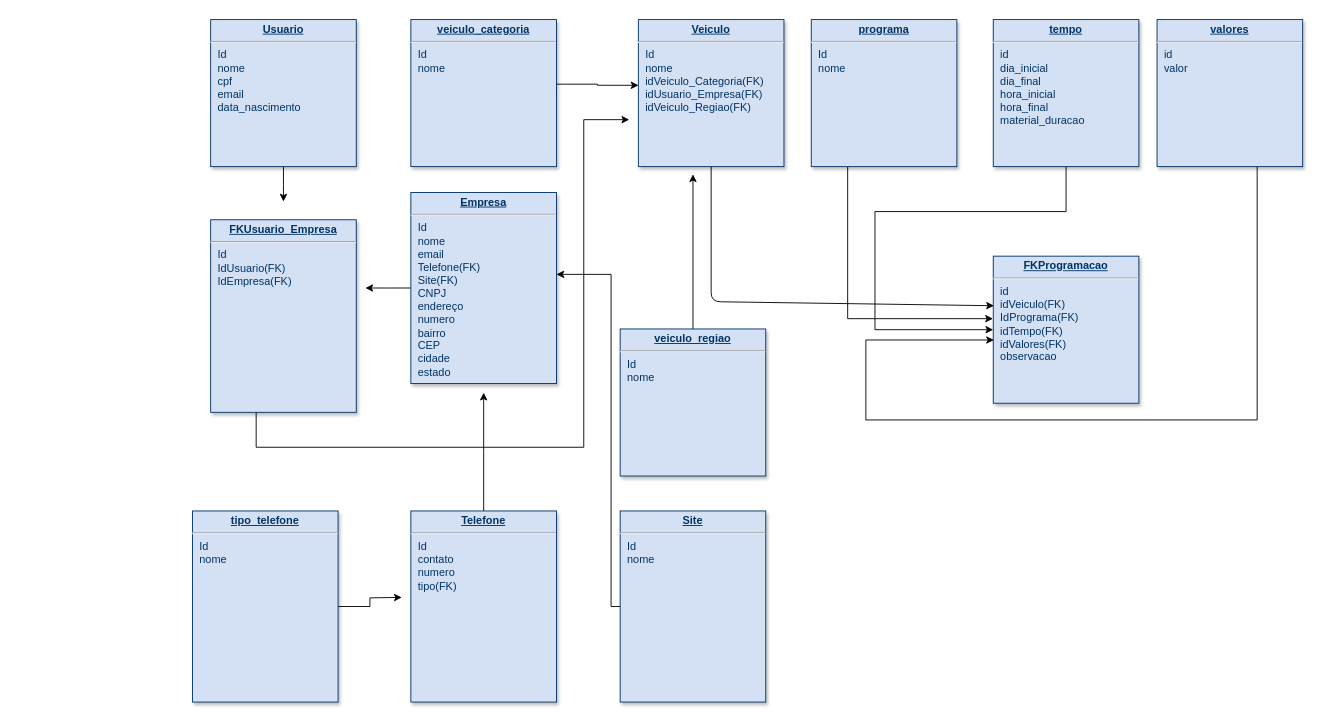
diogo-guimaraes/teste_git keeps this draw.io diagram as Untitled Diagram (2) (1).drawio. Above is the earlier version. Source tidied: cells renumbered, new cells numbered last; positions are measured from the earlier drawing's top-left corner, leaving out a move shared by most shapes. Both pictures are drawn from the tidied source at 91%, with x=0, y=0 at pixel (192, 19).
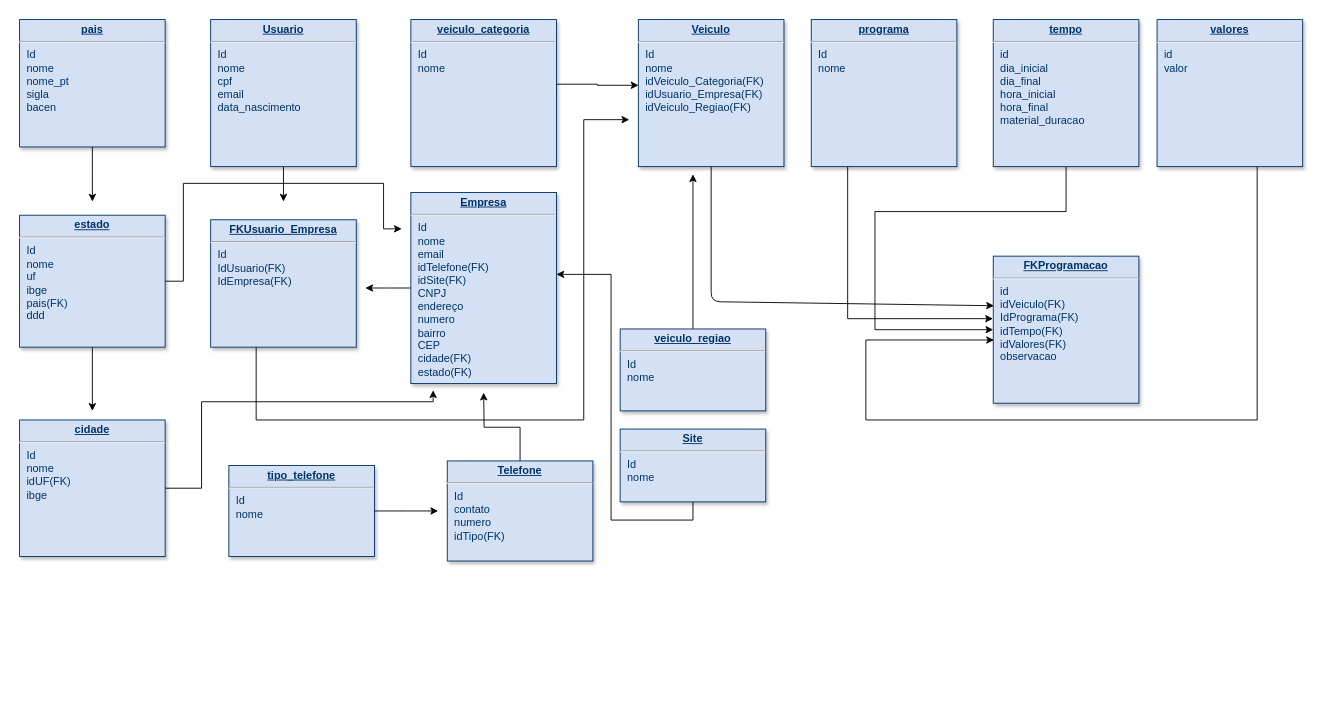
The same page after the edit.

The edit, as a diff of the source:
```diff
@@
     <mxCell id="15" value="&lt;p style=&quot;margin: 0px ; margin-top: 4px ; text-align: center ; text-decoration: underline&quot;&gt;&lt;b&gt;veiculo_regiao&lt;/b&gt;&lt;/p&gt;&lt;hr&gt;&lt;p style=&quot;margin: 0px ; margin-left: 8px&quot;&gt;Id&lt;/p&gt;&lt;p style=&quot;margin: 0px ; margin-left: 8px&quot;&gt;nome&lt;/p&gt;" style="verticalAlign=top;align=left;overflow=fill;fontSize=12;fontFamily=Helvetica;html=1;strokeColor=#003366;shadow=1;fillColor=#D4E1F5;fontColor=#003366;" parent="1" vertex="1">
-      <mxGeometry x="470" y="340" width="160" height="161.6" as="geometry" />
+      <mxGeometry x="470" y="340" width="160" height="90" as="geometry" />
     </mxCell>
@@
-    <mxCell id="17" value="&lt;p style=&quot;margin: 0px ; margin-top: 4px ; text-align: center ; text-decoration: underline&quot;&gt;&lt;b&gt;Empresa&lt;/b&gt;&lt;/p&gt;&lt;hr&gt;&lt;p style=&quot;margin: 0px ; margin-left: 8px&quot;&gt;Id&lt;/p&gt;&lt;p style=&quot;margin: 0px ; margin-left: 8px&quot;&gt;nome&lt;/p&gt;&lt;p style=&quot;margin: 0px ; margin-left: 8px&quot;&gt;email&lt;/p&gt;&lt;p style=&quot;margin: 0px ; margin-left: 8px&quot;&gt;&lt;span&gt;Telefone(FK)&lt;/span&gt;&lt;/p&gt;&lt;p style=&quot;margin: 0px ; margin-left: 8px&quot;&gt;&lt;span&gt;Site(FK)&lt;/span&gt;&lt;/p&gt;&lt;p style=&quot;margin: 0px ; margin-left: 8px&quot;&gt;&lt;span&gt;CNPJ&lt;/span&gt;&lt;br&gt;&lt;/p&gt;&lt;p style=&quot;margin: 0px ; margin-left: 8px&quot;&gt;endereço&lt;/p&gt;&lt;p style=&quot;margin: 0px ; margin-left: 8px&quot;&gt;numero&lt;/p&gt;&lt;p style=&quot;margin: 0px ; margin-left: 8px&quot;&gt;bairro&lt;/p&gt;&lt;p style=&quot;margin: 0px ; margin-left: 8px&quot;&gt;&lt;span&gt;CEP&lt;/span&gt;&lt;br&gt;&lt;/p&gt;&lt;p style=&quot;margin: 0px ; margin-left: 8px&quot;&gt;&lt;span&gt;cidade&lt;/span&gt;&lt;/p&gt;&lt;p style=&quot;margin: 0px ; margin-left: 8px&quot;&gt;&lt;span&gt;estado&lt;/span&gt;&lt;/p&gt;&lt;p style=&quot;margin: 0px ; margin-left: 8px&quot;&gt;&lt;br&gt;&lt;/p&gt;&lt;p style=&quot;margin: 0px ; margin-left: 8px&quot;&gt;&lt;br&gt;&lt;/p&gt;" style="verticalAlign=top;align=left;overflow=fill;fontSize=12;fontFamily=Helvetica;html=1;strokeColor=#003366;shadow=1;fillColor=#D4E1F5;fontColor=#003366;" parent="1" vertex="1">
+    <mxCell id="17" value="&lt;p style=&quot;margin: 0px ; margin-top: 4px ; text-align: center ; text-decoration: underline&quot;&gt;&lt;b&gt;Empresa&lt;/b&gt;&lt;/p&gt;&lt;hr&gt;&lt;p style=&quot;margin: 0px ; margin-left: 8px&quot;&gt;Id&lt;/p&gt;&lt;p style=&quot;margin: 0px ; margin-left: 8px&quot;&gt;nome&lt;/p&gt;&lt;p style=&quot;margin: 0px ; margin-left: 8px&quot;&gt;email&lt;/p&gt;&lt;p style=&quot;margin: 0px ; margin-left: 8px&quot;&gt;&lt;span&gt;idTelefone(FK)&lt;/span&gt;&lt;/p&gt;&lt;p style=&quot;margin: 0px ; margin-left: 8px&quot;&gt;&lt;span&gt;idSite(FK)&lt;/span&gt;&lt;/p&gt;&lt;p style=&quot;margin: 0px ; margin-left: 8px&quot;&gt;&lt;span&gt;CNPJ&lt;/span&gt;&lt;br&gt;&lt;/p&gt;&lt;p style=&quot;margin: 0px ; margin-left: 8px&quot;&gt;endereço&lt;/p&gt;&lt;p style=&quot;margin: 0px ; margin-left: 8px&quot;&gt;numero&lt;/p&gt;&lt;p style=&quot;margin: 0px ; margin-left: 8px&quot;&gt;bairro&lt;/p&gt;&lt;p style=&quot;margin: 0px ; margin-left: 8px&quot;&gt;&lt;span&gt;CEP&lt;/span&gt;&lt;br&gt;&lt;/p&gt;&lt;p style=&quot;margin: 0px ; margin-left: 8px&quot;&gt;cidade(FK)&lt;/p&gt;&lt;p style=&quot;margin: 0px ; margin-left: 8px&quot;&gt;&lt;span&gt;estado(FK)&lt;/span&gt;&lt;/p&gt;&lt;p style=&quot;margin: 0px ; margin-left: 8px&quot;&gt;&lt;br&gt;&lt;/p&gt;&lt;p style=&quot;margin: 0px ; margin-left: 8px&quot;&gt;&lt;br&gt;&lt;/p&gt;" style="verticalAlign=top;align=left;overflow=fill;fontSize=12;fontFamily=Helvetica;html=1;strokeColor=#003366;shadow=1;fillColor=#D4E1F5;fontColor=#003366;" parent="1" vertex="1">
       <mxGeometry x="240" y="190" width="160" height="210" as="geometry" />
     </mxCell>
@@
     <mxCell id="20" style="edgeStyle=orthogonalEdgeStyle;rounded=0;jettySize=auto;html=1;" parent="1" edge="1" source="21">
       <mxGeometry relative="1" as="geometry">
         <mxPoint x="480" y="110" as="targetPoint" />
         <Array as="points">
-          <mxPoint x="70" y="470" />
-          <mxPoint x="430" y="470" />
+          <mxPoint x="70" y="440" />
+          <mxPoint x="430" y="440" />
           <mxPoint x="430" y="110" />
         </Array>
       </mxGeometry>
     </mxCell>
     <mxCell id="21" value="&lt;p style=&quot;margin: 0px ; margin-top: 4px ; text-align: center ; text-decoration: underline&quot;&gt;&lt;b&gt;FKUsuario_Empresa&lt;/b&gt;&lt;/p&gt;&lt;hr&gt;&lt;p style=&quot;margin: 0px ; margin-left: 8px&quot;&gt;Id&lt;/p&gt;&lt;p style=&quot;margin: 0px ; margin-left: 8px&quot;&gt;IdUsuario(FK)&lt;/p&gt;&lt;p style=&quot;margin: 0px ; margin-left: 8px&quot;&gt;IdEmpresa(FK)&lt;/p&gt;&lt;p style=&quot;margin: 0px ; margin-left: 8px&quot;&gt;&lt;br&gt;&lt;/p&gt;" style="verticalAlign=top;align=left;overflow=fill;fontSize=12;fontFamily=Helvetica;html=1;strokeColor=#003366;shadow=1;fillColor=#D4E1F5;fontColor=#003366;" parent="1" vertex="1">
-      <mxGeometry x="20" y="220" width="160" height="211.6" as="geometry" />
+      <mxGeometry x="20" y="220" width="160" height="140" as="geometry" />
     </mxCell>
@@
-    <mxCell id="23" value="&lt;p style=&quot;margin: 0px ; margin-top: 4px ; text-align: center ; text-decoration: underline&quot;&gt;&lt;b&gt;Telefone&lt;/b&gt;&lt;/p&gt;&lt;hr&gt;&lt;p style=&quot;margin: 0px ; margin-left: 8px&quot;&gt;Id&lt;/p&gt;&lt;p style=&quot;margin: 0px ; margin-left: 8px&quot;&gt;contato&lt;/p&gt;&lt;p style=&quot;margin: 0px ; margin-left: 8px&quot;&gt;numero&lt;/p&gt;&lt;p style=&quot;margin: 0px ; margin-left: 8px&quot;&gt;tipo(FK)&lt;/p&gt;" style="verticalAlign=top;align=left;overflow=fill;fontSize=12;fontFamily=Helvetica;html=1;strokeColor=#003366;shadow=1;fillColor=#D4E1F5;fontColor=#003366;" parent="1" vertex="1">
-      <mxGeometry x="240" y="540" width="160" height="210" as="geometry" />
+    <mxCell id="23" value="&lt;p style=&quot;margin: 0px ; margin-top: 4px ; text-align: center ; text-decoration: underline&quot;&gt;&lt;b&gt;Telefone&lt;/b&gt;&lt;/p&gt;&lt;hr&gt;&lt;p style=&quot;margin: 0px ; margin-left: 8px&quot;&gt;Id&lt;/p&gt;&lt;p style=&quot;margin: 0px ; margin-left: 8px&quot;&gt;contato&lt;/p&gt;&lt;p style=&quot;margin: 0px ; margin-left: 8px&quot;&gt;numero&lt;/p&gt;&lt;p style=&quot;margin: 0px ; margin-left: 8px&quot;&gt;idTipo(FK)&lt;/p&gt;" style="verticalAlign=top;align=left;overflow=fill;fontSize=12;fontFamily=Helvetica;html=1;strokeColor=#003366;shadow=1;fillColor=#D4E1F5;fontColor=#003366;" parent="1" vertex="1">
+      <mxGeometry x="280" y="485" width="160" height="110" as="geometry" />
     </mxCell>
     <mxCell id="24" style="edgeStyle=orthogonalEdgeStyle;rounded=0;jettySize=auto;html=1;" parent="1" edge="1" source="25" target="17">
       <mxGeometry relative="1" as="geometry">
         <Array as="points">
-          <mxPoint x="460" y="645" />
+          <mxPoint x="550" y="550" />
+          <mxPoint x="460" y="550" />
           <mxPoint x="460" y="280" />
         </Array>
       </mxGeometry>
     </mxCell>
     <mxCell id="25" value="&lt;p style=&quot;margin: 0px ; margin-top: 4px ; text-align: center ; text-decoration: underline&quot;&gt;&lt;b&gt;Site&lt;/b&gt;&lt;/p&gt;&lt;hr&gt;&lt;p style=&quot;margin: 0px ; margin-left: 8px&quot;&gt;Id&lt;/p&gt;&lt;p style=&quot;margin: 0px ; margin-left: 8px&quot;&gt;nome&lt;/p&gt;" style="verticalAlign=top;align=left;overflow=fill;fontSize=12;fontFamily=Helvetica;html=1;strokeColor=#003366;shadow=1;fillColor=#D4E1F5;fontColor=#003366;" parent="1" vertex="1">
-      <mxGeometry x="470" y="540" width="160" height="210" as="geometry" />
+      <mxGeometry x="470" y="450" width="160" height="80" as="geometry" />
     </mxCell>
-    <mxCell id="26" style="edgeStyle=orthogonalEdgeStyle;rounded=0;jettySize=auto;html=1;" parent="1" edge="1" source="27">
-      <mxGeometry relative="1" as="geometry">
-        <mxPoint x="230" y="635" as="targetPoint" />
-      </mxGeometry>
-    </mxCell>
+    <mxCell id="28" style="edgeStyle=orthogonalEdgeStyle;rounded=0;jettySize=auto;html=1;" parent="1" edge="1" source="27">
+      <mxGeometry relative="1" as="geometry">
+        <mxPoint x="270" y="540" as="targetPoint" />
+      </mxGeometry>
+    </mxCell>
     <mxCell id="27" value="&lt;p style=&quot;margin: 0px ; margin-top: 4px ; text-align: center ; text-decoration: underline&quot;&gt;&lt;b&gt;tipo_telefone&lt;/b&gt;&lt;/p&gt;&lt;hr&gt;&lt;p style=&quot;margin: 0px ; margin-left: 8px&quot;&gt;Id&lt;/p&gt;&lt;p style=&quot;margin: 0px ; margin-left: 8px&quot;&gt;nome&lt;/p&gt;" style="verticalAlign=top;align=left;overflow=fill;fontSize=12;fontFamily=Helvetica;html=1;strokeColor=#003366;shadow=1;fillColor=#D4E1F5;fontColor=#003366;" parent="1" vertex="1">
-      <mxGeometry y="540" width="160" height="210" as="geometry" />
+      <mxGeometry x="40" y="490" width="160" height="100" as="geometry" />
     </mxCell>
+    <mxCell id="29" style="edgeStyle=orthogonalEdgeStyle;rounded=0;jettySize=auto;html=1;" parent="1" edge="1" source="31">
+      <mxGeometry relative="1" as="geometry">
+        <mxPoint x="-110" y="430" as="targetPoint" />
+      </mxGeometry>
+    </mxCell>
+    <mxCell id="30" style="edgeStyle=orthogonalEdgeStyle;rounded=0;jettySize=auto;html=1;" parent="1" edge="1" source="31">
+      <mxGeometry relative="1" as="geometry">
+        <mxPoint x="230" y="230" as="targetPoint" />
+        <Array as="points">
+          <mxPoint x="-10" y="288" />
+          <mxPoint x="-10" y="180" />
+          <mxPoint x="210" y="180" />
+          <mxPoint x="210" y="230" />
+        </Array>
+      </mxGeometry>
+    </mxCell>
+    <mxCell id="31" value="&lt;p style=&quot;margin: 0px ; margin-top: 4px ; text-align: center ; text-decoration: underline&quot;&gt;&lt;b&gt;estado&lt;/b&gt;&lt;/p&gt;&lt;hr&gt;&lt;p style=&quot;margin: 0px ; margin-left: 8px&quot;&gt;Id&lt;/p&gt;&lt;p style=&quot;margin: 0px ; margin-left: 8px&quot;&gt;nome&lt;/p&gt;&lt;p style=&quot;margin: 0px ; margin-left: 8px&quot;&gt;uf&lt;/p&gt;&lt;p style=&quot;margin: 0px ; margin-left: 8px&quot;&gt;ibge&lt;/p&gt;&lt;p style=&quot;margin: 0px ; margin-left: 8px&quot;&gt;pais(FK)&lt;/p&gt;&lt;p style=&quot;margin: 0px ; margin-left: 8px&quot;&gt;ddd&lt;/p&gt;" style="verticalAlign=top;align=left;overflow=fill;fontSize=12;fontFamily=Helvetica;html=1;strokeColor=#003366;shadow=1;fillColor=#D4E1F5;fontColor=#003366;" parent="1" vertex="1">
+      <mxGeometry x="-190" y="215" width="160" height="145" as="geometry" />
+    </mxCell>
+    <mxCell id="32" style="edgeStyle=orthogonalEdgeStyle;rounded=0;jettySize=auto;html=1;entryX=0.153;entryY=1.035;entryDx=0;entryDy=0;entryPerimeter=0;" parent="1" edge="1" source="33" target="17">
+      <mxGeometry relative="1" as="geometry">
+        <Array as="points">
+          <mxPoint x="10" y="515" />
+          <mxPoint x="10" y="420" />
+          <mxPoint x="265" y="420" />
+        </Array>
+      </mxGeometry>
+    </mxCell>
+    <mxCell id="33" value="&lt;p style=&quot;margin: 0px ; margin-top: 4px ; text-align: center ; text-decoration: underline&quot;&gt;&lt;b&gt;cidade&lt;/b&gt;&lt;/p&gt;&lt;hr&gt;&lt;p style=&quot;margin: 0px ; margin-left: 8px&quot;&gt;Id&lt;/p&gt;&lt;p style=&quot;margin: 0px ; margin-left: 8px&quot;&gt;nome&lt;/p&gt;&lt;p style=&quot;margin: 0px ; margin-left: 8px&quot;&gt;idUF(FK)&lt;/p&gt;&lt;p style=&quot;margin: 0px ; margin-left: 8px&quot;&gt;ibge&lt;/p&gt;&lt;p style=&quot;margin: 0px ; margin-left: 8px&quot;&gt;&lt;br&gt;&lt;/p&gt;" style="verticalAlign=top;align=left;overflow=fill;fontSize=12;fontFamily=Helvetica;html=1;strokeColor=#003366;shadow=1;fillColor=#D4E1F5;fontColor=#003366;" parent="1" vertex="1">
+      <mxGeometry x="-190" y="440" width="160" height="150" as="geometry" />
+    </mxCell>
+    <mxCell id="34" style="edgeStyle=orthogonalEdgeStyle;rounded=0;jettySize=auto;html=1;" parent="1" edge="1" source="35">
+      <mxGeometry relative="1" as="geometry">
+        <mxPoint x="-110" y="200" as="targetPoint" />
+      </mxGeometry>
+    </mxCell>
+    <mxCell id="35" value="&lt;p style=&quot;margin: 0px ; margin-top: 4px ; text-align: center ; text-decoration: underline&quot;&gt;&lt;b&gt;pais&lt;/b&gt;&lt;/p&gt;&lt;hr&gt;&lt;p style=&quot;margin: 0px ; margin-left: 8px&quot;&gt;Id&lt;/p&gt;&lt;p style=&quot;margin: 0px ; margin-left: 8px&quot;&gt;nome&lt;/p&gt;&lt;p style=&quot;margin: 0px ; margin-left: 8px&quot;&gt;nome_pt&lt;/p&gt;&lt;p style=&quot;margin: 0px ; margin-left: 8px&quot;&gt;sigla&lt;/p&gt;&lt;p style=&quot;margin: 0px ; margin-left: 8px&quot;&gt;bacen&lt;/p&gt;" style="verticalAlign=top;align=left;overflow=fill;fontSize=12;fontFamily=Helvetica;html=1;strokeColor=#003366;shadow=1;fillColor=#D4E1F5;fontColor=#003366;" parent="1" vertex="1">
+      <mxGeometry x="-190" width="160" height="140" as="geometry" />
+    </mxCell>
```
